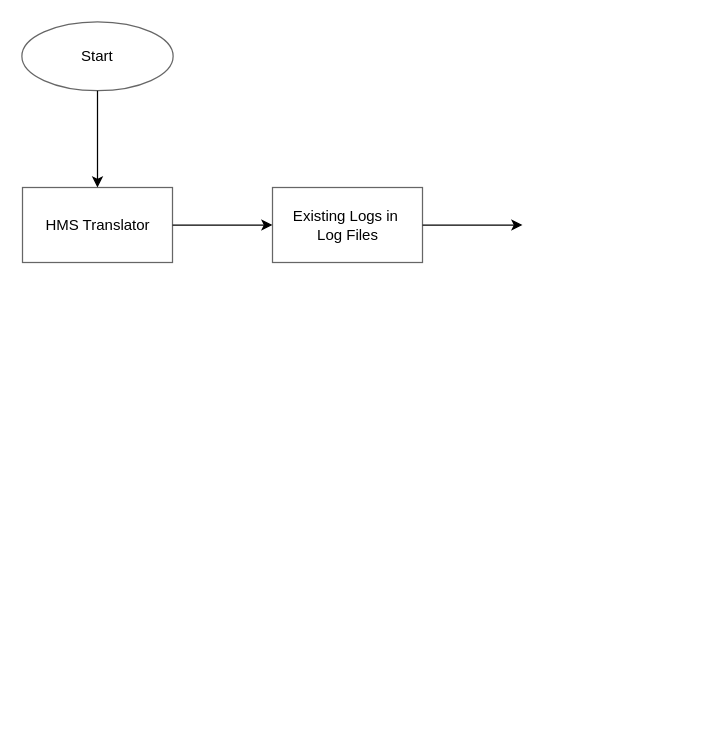
The draw.io diagram Untitled Diagram.drawio in prakashadabala1/AndroidExamples, before the edit. Source tidied: cells renumbered, new cells numbered last; positions are measured from the earlier drawing's top-left corner, leaving out a move shared by most shapes. Both pictures are drawn from the tidied source at 125%, with x=0, y=0 at pixel (21, 21).
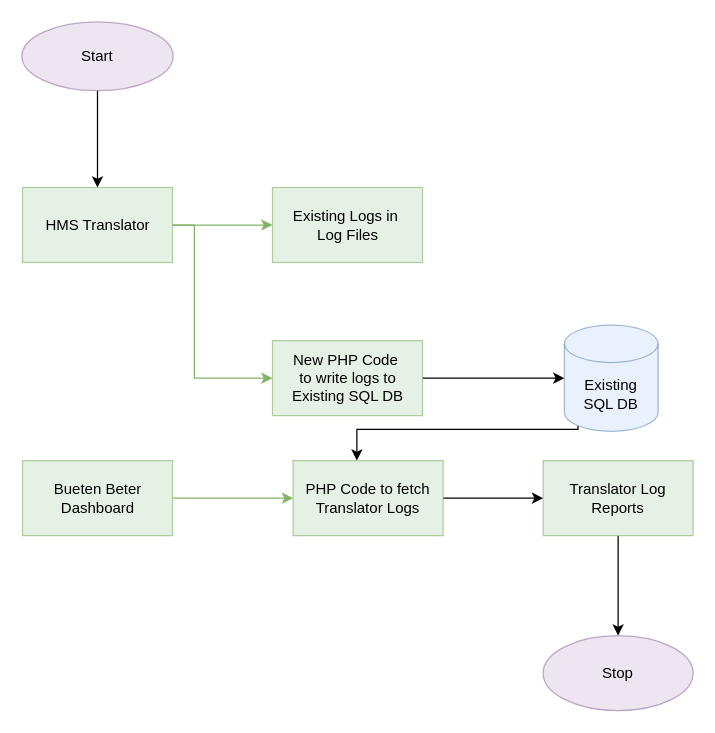
Above is the later version.

What changed in the source:
```diff
@@
-    <mxCell id="3" value="Start" style="ellipse;whiteSpace=wrap;html=1;opacity=60;" parent="1" vertex="1">
+    <mxCell id="3" value="Start" style="ellipse;whiteSpace=wrap;html=1;opacity=60;fillColor=#e1d5e7;strokeColor=#9673a6;" parent="1" vertex="1">
       <mxGeometry width="121" height="55" as="geometry" />
     </mxCell>
-    <mxCell id="4" style="edgeStyle=orthogonalEdgeStyle;rounded=0;jettySize=auto;html=1;" parent="1" edge="1" source="5" target="7">
+    <mxCell id="4" style="edgeStyle=orthogonalEdgeStyle;rounded=0;jettySize=auto;html=1;fillColor=#d5e8d4;strokeColor=#82b366;" parent="1" edge="1" source="5" target="7">
       <mxGeometry relative="1" as="geometry" />
     </mxCell>
+    <mxCell id="8" style="edgeStyle=orthogonalEdgeStyle;rounded=0;jettySize=auto;html=1;fillColor=#d5e8d4;strokeColor=#82b366;" parent="1" edge="1" source="5" target="10">
+      <mxGeometry relative="1" as="geometry">
+        <Array as="points">
+          <mxPoint x="138" y="163" />
+          <mxPoint x="138" y="285" />
+        </Array>
+      </mxGeometry>
+    </mxCell>
-    <mxCell id="5" value="HMS Translator" style="whiteSpace=wrap;html=1;opacity=60;" parent="1" vertex="1">
+    <mxCell id="5" value="HMS Translator" style="whiteSpace=wrap;html=1;opacity=60;fillColor=#d5e8d4;strokeColor=#82b366;" parent="1" vertex="1">
       <mxGeometry x="0.5" y="132.5" width="120" height="60" as="geometry" />
     </mxCell>
-    <mxCell id="6" style="edgeStyle=orthogonalEdgeStyle;rounded=0;jettySize=auto;html=1;" parent="1" edge="1" source="7">
-      <mxGeometry relative="1" as="geometry">
-        <mxPoint x="400.5" y="162.5" as="targetPoint" />
-      </mxGeometry>
-    </mxCell>
-    <mxCell id="7" value="Existing Logs in&amp;nbsp;&lt;br&gt;Log Files" style="whiteSpace=wrap;html=1;opacity=60;" parent="1" vertex="1">
+    <mxCell id="7" value="Existing Logs in&amp;nbsp;&lt;br&gt;Log Files" style="whiteSpace=wrap;html=1;opacity=60;fillColor=#d5e8d4;strokeColor=#82b366;" parent="1" vertex="1">
       <mxGeometry x="200.5" y="132.5" width="120" height="60" as="geometry" />
     </mxCell>
+    <mxCell id="9" style="edgeStyle=orthogonalEdgeStyle;rounded=0;jettySize=auto;html=1;entryX=0;entryY=0.5;entryDx=0;entryDy=0;entryPerimeter=0;" parent="1" edge="1" source="10" target="12">
+      <mxGeometry relative="1" as="geometry" />
+    </mxCell>
+    <mxCell id="10" value="New PHP Code&amp;nbsp;&lt;br&gt;to write logs to Existing SQL DB" style="whiteSpace=wrap;html=1;opacity=60;fillColor=#d5e8d4;strokeColor=#82b366;" parent="1" vertex="1">
+      <mxGeometry x="200.5" y="255" width="120" height="60" as="geometry" />
+    </mxCell>
+    <mxCell id="11" style="edgeStyle=orthogonalEdgeStyle;rounded=0;jettySize=auto;html=1;entryX=0.425;entryY=0;entryDx=0;entryDy=0;entryPerimeter=0;exitX=0.145;exitY=1;exitDx=0;exitDy=-4.35;exitPerimeter=0;" parent="1" edge="1" source="12" target="16">
+      <mxGeometry relative="1" as="geometry">
+        <Array as="points">
+          <mxPoint x="445" y="326" />
+          <mxPoint x="268" y="326" />
+        </Array>
+      </mxGeometry>
+    </mxCell>
+    <mxCell id="12" value="Existing&lt;br&gt;SQL DB" style="shape=cylinder3;whiteSpace=wrap;html=1;boundedLbl=1;backgroundOutline=1;size=15;opacity=60;fillColor=#dae8fc;strokeColor=#6c8ebf;" parent="1" vertex="1">
+      <mxGeometry x="434" y="242.5" width="75" height="85" as="geometry" />
+    </mxCell>
+    <mxCell id="13" style="edgeStyle=orthogonalEdgeStyle;rounded=0;jettySize=auto;html=1;fillColor=#d5e8d4;strokeColor=#82b366;" parent="1" edge="1" source="14" target="16">
+      <mxGeometry relative="1" as="geometry" />
+    </mxCell>
+    <mxCell id="14" value="Bueten Beter Dashboard" style="whiteSpace=wrap;html=1;opacity=60;fillColor=#d5e8d4;strokeColor=#82b366;" parent="1" vertex="1">
+      <mxGeometry x="0.5" y="351" width="120" height="60" as="geometry" />
+    </mxCell>
+    <mxCell id="15" style="edgeStyle=orthogonalEdgeStyle;rounded=0;jettySize=auto;html=1;" parent="1" edge="1" source="16" target="18">
+      <mxGeometry relative="1" as="geometry" />
+    </mxCell>
+    <mxCell id="16" value="PHP Code to fetch Translator Logs" style="whiteSpace=wrap;html=1;opacity=60;fillColor=#d5e8d4;strokeColor=#82b366;" parent="1" vertex="1">
+      <mxGeometry x="217" y="351" width="120" height="60" as="geometry" />
+    </mxCell>
+    <mxCell id="17" style="edgeStyle=orthogonalEdgeStyle;rounded=0;jettySize=auto;html=1;" parent="1" edge="1" source="18" target="19">
+      <mxGeometry relative="1" as="geometry" />
+    </mxCell>
+    <mxCell id="18" value="Translator Log Reports" style="whiteSpace=wrap;html=1;opacity=60;fillColor=#d5e8d4;strokeColor=#82b366;" parent="1" vertex="1">
+      <mxGeometry x="417" y="351" width="120" height="60" as="geometry" />
+    </mxCell>
+    <mxCell id="19" value="Stop" style="ellipse;whiteSpace=wrap;html=1;opacity=60;fillColor=#e1d5e7;strokeColor=#9673a6;" parent="1" vertex="1">
+      <mxGeometry x="417" y="491" width="120" height="60" as="geometry" />
+    </mxCell>
```
